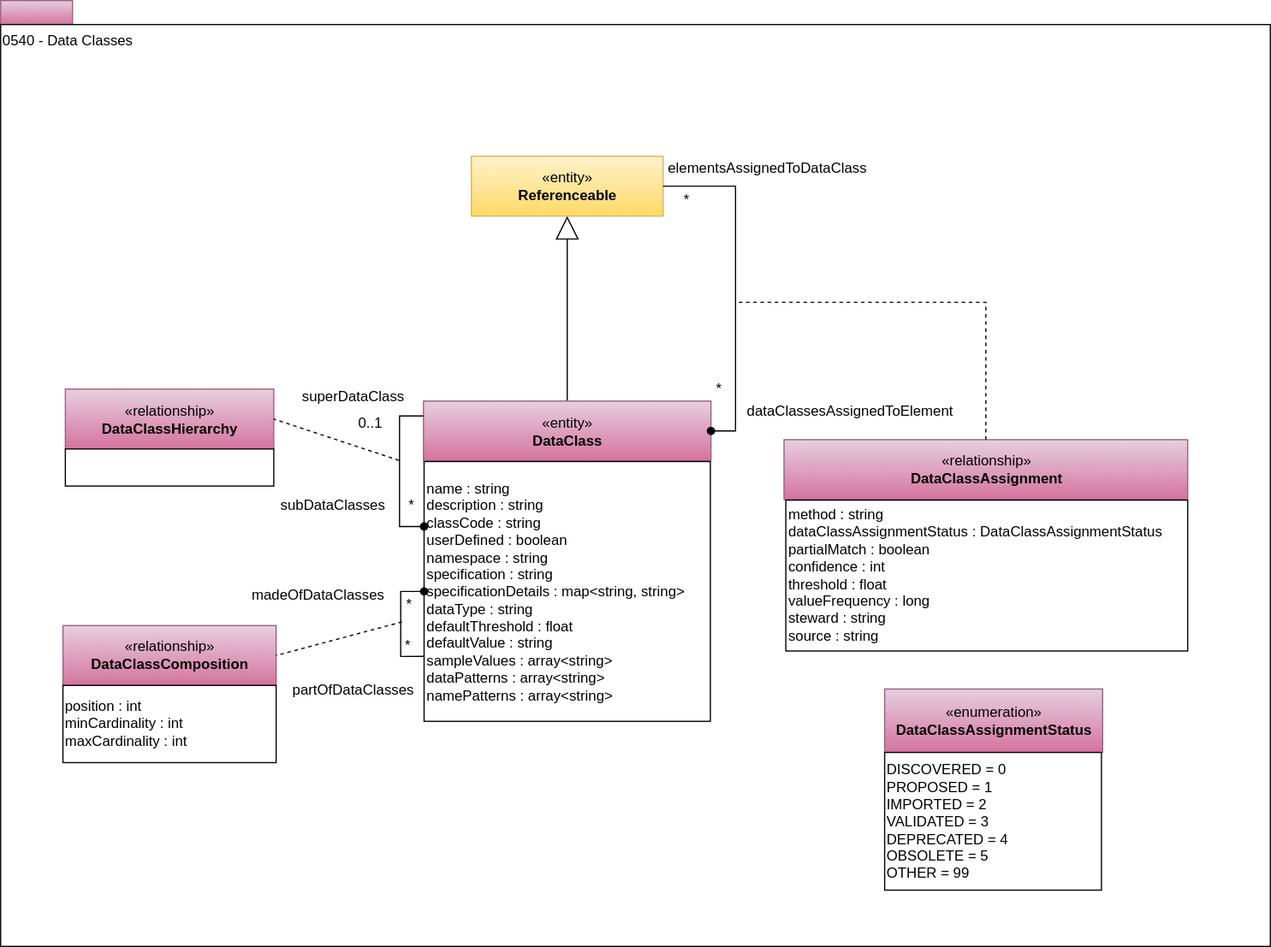
This is site/docs/types/5/0540-Data-Classes.svg from odpi/egeria-docs, a draw.io export, as it was before one commit. Source tidied: cells renumbered, new cells last; positions are measured from the earlier drawing's top-left corner, leaving out a move shared by most shapes.
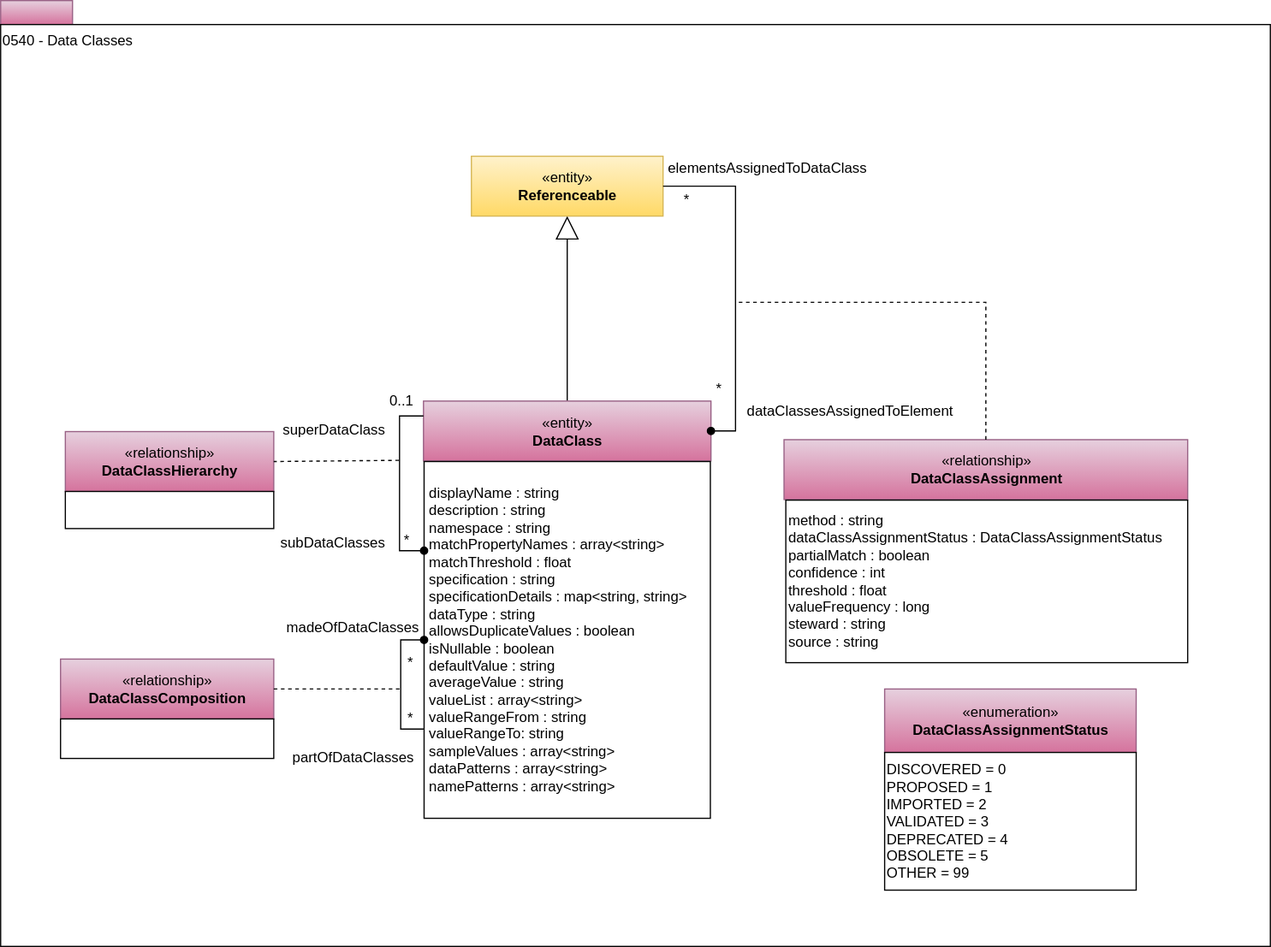
Above is the later version.

Commit message:
Update data design types

What changed in the source:
```diff
@@ -14,14 +14,14 @@
     <mxCell id="5" value="«entity»&lt;br&gt;&lt;b&gt;DataClass&lt;/b&gt;" style="html=1;strokeColor=#996185;align=center;fillColor=#e6d0de;gradientColor=#d5739d;" parent="1" vertex="1">
       <mxGeometry x="353" y="334.5" width="240" height="50" as="geometry" />
     </mxCell>
-    <mxCell id="6" value="&lt;span&gt;name : string&lt;/span&gt;&lt;br&gt;&lt;span&gt;description : string&lt;/span&gt;&lt;br&gt;&lt;span&gt;classCode : string&lt;/span&gt;&lt;br&gt;&lt;span&gt;userDefined : boolean&lt;/span&gt;&lt;br&gt;&lt;span&gt;namespace : string&lt;/span&gt;&lt;br&gt;&lt;span&gt;specification : string&lt;/span&gt;&lt;br&gt;&lt;span&gt;specificationDetails : map&amp;lt;string, string&amp;gt;&lt;/span&gt;&lt;div&gt;&lt;span&gt;dataType : string&lt;/span&gt;&lt;/div&gt;&lt;div&gt;&lt;span&gt;defaultThreshold : float&lt;/span&gt;&lt;/div&gt;&lt;div&gt;&lt;span style=&quot;background-color: transparent; color: light-dark(rgb(0, 0, 0), rgb(255, 255, 255));&quot;&gt;defaultValue : string&lt;/span&gt;&lt;br&gt;&lt;/div&gt;&lt;div&gt;sampleValues : array&amp;lt;string&amp;gt;&lt;br&gt;dataPatterns : array&amp;lt;string&amp;gt;&lt;br&gt;namePatterns : array&amp;lt;string&amp;gt;&lt;span&gt;&lt;/span&gt;&lt;/div&gt;" style="rounded=0;whiteSpace=wrap;html=1;strokeColor=#000000;gradientColor=#ffffff;align=left;" parent="1" vertex="1">
-      <mxGeometry x="353.5" y="385" width="239" height="217" as="geometry" />
+    <mxCell id="6" value="&lt;span&gt;displayName : string&lt;/span&gt;&lt;br&gt;&lt;span&gt;description : string&lt;/span&gt;&lt;br&gt;&lt;span&gt;namespace : string&lt;/span&gt;&lt;div&gt;matchPropertyNames : array&amp;lt;string&amp;gt;&lt;/div&gt;&lt;div&gt;&lt;div&gt;matchThreshold : float&lt;/div&gt;&lt;div&gt;&lt;/div&gt;&lt;span&gt;specification : string&lt;/span&gt;&lt;br&gt;&lt;span&gt;specificationDetails : map&amp;lt;string, string&amp;gt;&lt;/span&gt;&lt;div&gt;&lt;span&gt;dataType : string&lt;/span&gt;&lt;/div&gt;&lt;div&gt;&lt;span style=&quot;background-color: transparent; color: light-dark(rgb(0, 0, 0), rgb(255, 255, 255));&quot;&gt;allowsDuplicateValues : boolean&lt;/span&gt;&lt;/div&gt;&lt;div&gt;&lt;span style=&quot;background-color: transparent; color: light-dark(rgb(0, 0, 0), rgb(255, 255, 255));&quot;&gt;isNullable : boolean&lt;/span&gt;&lt;/div&gt;&lt;div&gt;&lt;div&gt;&lt;/div&gt;&lt;/div&gt;&lt;div&gt;&lt;span style=&quot;background-color: transparent; color: light-dark(rgb(0, 0, 0), rgb(255, 255, 255));&quot;&gt;defaultValue : string&lt;/span&gt;&lt;br&gt;&lt;/div&gt;&lt;div&gt;&lt;span style=&quot;background-color: transparent; color: light-dark(rgb(0, 0, 0), rgb(255, 255, 255));&quot;&gt;averageValue : string&lt;/span&gt;&lt;/div&gt;&lt;div&gt;valueList : array&amp;lt;string&amp;gt;&lt;/div&gt;&lt;div&gt;valueRangeFrom : string&lt;/div&gt;&lt;div&gt;valueRangeTo: string&lt;/div&gt;&lt;div&gt;sampleValues : array&amp;lt;string&amp;gt;&lt;br&gt;dataPatterns : array&amp;lt;string&amp;gt;&lt;br&gt;namePatterns : array&amp;lt;string&amp;gt;&lt;span&gt;&lt;/span&gt;&lt;/div&gt;&lt;/div&gt;" style="rounded=0;whiteSpace=wrap;html=1;strokeColor=#000000;gradientColor=#ffffff;align=left;spacingLeft=2;" parent="1" vertex="1">
+      <mxGeometry x="353.5" y="385" width="239" height="298" as="geometry" />
     </mxCell>
     <mxCell id="7" value="«entity»&lt;br&gt;&lt;b&gt;Referenceable&lt;/b&gt;" style="html=1;strokeColor=#d6b656;align=center;fillColor=#fff2cc;gradientColor=#ffd966;" parent="1" vertex="1">
       <mxGeometry x="393" y="130" width="160" height="50" as="geometry" />
     </mxCell>
     <mxCell id="8" value="«relationship»&lt;br&gt;&lt;b&gt;DataClassHierarchy&lt;/b&gt;" style="html=1;strokeColor=#996185;align=center;fillColor=#e6d0de;gradientColor=#d5739d;" parent="1" vertex="1">
-      <mxGeometry x="54" y="324.5" width="174" height="50" as="geometry" />
+      <mxGeometry x="54" y="360" width="174" height="50" as="geometry" />
     </mxCell>
     <mxCell id="9" style="endArrow=none;dashed=1;html=1;entryX=1;entryY=0.5;" parent="1" edge="1" target="8">
       <mxGeometry relative="1" as="geometry">
@@ -29,7 +29,7 @@
       </mxGeometry>
     </mxCell>
     <mxCell id="10" style="rounded=0;whiteSpace=wrap;html=1;strokeColor=#000000;gradientColor=#ffffff;align=center;" parent="1" vertex="1">
-      <mxGeometry x="54" y="374.5" width="174" height="31" as="geometry" />
+      <mxGeometry x="54" y="410" width="174" height="31" as="geometry" />
     </mxCell>
     <mxCell id="11" value="*" style="text;html=1;strokeColor=none;fillColor=none;align=center;verticalAlign=middle;whiteSpace=wrap;rounded=0;" parent="1" vertex="1">
       <mxGeometry x="553" y="156.5" width="40" height="20" as="geometry" />
@@ -44,16 +44,16 @@
       <mxGeometry x="648" y="333" width="123" height="20" as="geometry" />
     </mxCell>
     <mxCell id="15" value="«enumeration»&lt;br&gt;&lt;b&gt;DataClassAssignmentStatus&lt;/b&gt;" style="html=1;strokeColor=#996185;align=center;fillColor=#e6d0de;gradientColor=#d5739d;" parent="1" vertex="1">
-      <mxGeometry x="738" y="575" width="182" height="53" as="geometry" />
+      <mxGeometry x="738" y="575" width="210" height="53" as="geometry" />
     </mxCell>
     <mxCell id="16" value="DISCOVERED = 0&lt;br&gt;PROPOSED = 1&lt;br&gt;IMPORTED = 2&lt;br&gt;VALIDATED = 3&lt;br&gt;DEPRECATED = 4&lt;br&gt;OBSOLETE = 5&lt;br&gt;OTHER = 99&lt;br&gt;" style="rounded=0;whiteSpace=wrap;html=1;strokeColor=#000000;gradientColor=#ffffff;align=left;" parent="1" vertex="1">
-      <mxGeometry x="738" y="628" width="181" height="115" as="geometry" />
+      <mxGeometry x="738" y="628" width="210" height="115" as="geometry" />
     </mxCell>
     <mxCell id="17" value="«relationship»&lt;br&gt;&lt;b&gt;DataClassAssignment&lt;/b&gt;" style="html=1;strokeColor=#996185;align=center;fillColor=#e6d0de;gradientColor=#d5739d;" parent="1" vertex="1">
       <mxGeometry x="654" y="366.8" width="337" height="50" as="geometry" />
     </mxCell>
     <mxCell id="18" value="&lt;span&gt;method : string&lt;/span&gt;&lt;br&gt;&lt;span&gt;dataClassAssignmentStatus : DataClassAssignmentStatus&lt;/span&gt;&lt;br&gt;&lt;span&gt;partialMatch : boolean&lt;/span&gt;&lt;br&gt;&lt;span&gt;confidence : int&lt;/span&gt;&lt;br&gt;&lt;span&gt;threshold : float&lt;/span&gt;&lt;br&gt;&lt;span&gt;valueFrequency : long&lt;/span&gt;&lt;br&gt;&lt;span&gt;steward : string&lt;/span&gt;&lt;br&gt;&lt;span&gt;source : string&lt;/span&gt;" style="rounded=0;whiteSpace=wrap;html=1;strokeColor=#000000;gradientColor=#ffffff;align=left;" parent="1" vertex="1">
-      <mxGeometry x="655.5" y="417.2" width="335.5" height="126" as="geometry" />
+      <mxGeometry x="655.5" y="417.2" width="335.5" height="135.8" as="geometry" />
     </mxCell>
     <mxCell id="19" style="endArrow=none;dashed=1;html=1;exitX=0.5;exitY=0;exitDx=0;exitDy=0;rounded=0;edgeStyle=orthogonalEdgeStyle;" parent="1" edge="1" source="17">
       <mxGeometry relative="1" as="geometry">
@@ -64,39 +64,39 @@
       </mxGeometry>
     </mxCell>
     <mxCell id="20" value="«relationship»&lt;br&gt;&lt;b&gt;DataClassComposition&lt;/b&gt;" style="html=1;strokeColor=#996185;align=center;fillColor=#e6d0de;gradientColor=#d5739d;" parent="1" vertex="1">
-      <mxGeometry x="52" y="522" width="178" height="50" as="geometry" />
+      <mxGeometry x="50" y="550" width="178" height="50" as="geometry" />
     </mxCell>
     <mxCell id="21" style="endArrow=none;dashed=1;html=1;entryX=1;entryY=0.5;" parent="1" edge="1" target="20">
       <mxGeometry relative="1" as="geometry">
-        <mxPoint x="335" y="519" as="sourcePoint" />
+        <mxPoint x="333" y="575" as="sourcePoint" />
       </mxGeometry>
     </mxCell>
-    <mxCell id="22" value="position : int&lt;br&gt;minCardinality : int&lt;br&gt;maxCardinality : int" style="rounded=0;whiteSpace=wrap;html=1;strokeColor=#000000;gradientColor=#ffffff;align=left;" parent="1" vertex="1">
-      <mxGeometry x="52" y="572" width="178" height="64.5" as="geometry" />
+    <mxCell id="22" style="rounded=0;whiteSpace=wrap;html=1;strokeColor=#000000;gradientColor=#ffffff;align=left;" parent="1" vertex="1">
+      <mxGeometry x="50" y="600" width="178" height="33" as="geometry" />
     </mxCell>
     <mxCell id="23" value="superDataClass" style="text;html=1;align=left;verticalAlign=top;spacingTop=-4;" parent="1" vertex="1">
-      <mxGeometry x="249.5" y="320.5" width="95" height="14" as="geometry" />
+      <mxGeometry x="234" y="349" width="95" height="14" as="geometry" />
     </mxCell>
     <mxCell id="24" value="0..1" style="text;html=1;align=left;verticalAlign=top;spacingTop=-4;" parent="1" vertex="1">
-      <mxGeometry x="297" y="342.5" width="30" height="14" as="geometry" />
+      <mxGeometry x="323" y="325" width="30" height="14" as="geometry" />
     </mxCell>
     <mxCell id="25" value="*" style="text;html=1;align=left;verticalAlign=top;spacingTop=-4;" parent="1" vertex="1">
-      <mxGeometry x="338.5" y="412" width="15" height="14" as="geometry" />
+      <mxGeometry x="335" y="441" width="15" height="14" as="geometry" />
     </mxCell>
     <mxCell id="26" value="subDataClasses" style="text;html=1;align=left;verticalAlign=top;spacingTop=-4;" parent="1" vertex="1">
-      <mxGeometry x="232" y="412" width="97" height="14" as="geometry" />
+      <mxGeometry x="232" y="443" width="97" height="14" as="geometry" />
     </mxCell>
     <mxCell id="27" value="*" style="text;html=1;align=left;verticalAlign=top;spacingTop=-4;" parent="1" vertex="1">
-      <mxGeometry x="336.5" y="494.5" width="15" height="14" as="geometry" />
+      <mxGeometry x="338" y="590" width="15" height="14" as="geometry" />
     </mxCell>
     <mxCell id="28" value="*" style="text;html=1;align=left;verticalAlign=top;spacingTop=-4;" parent="1" vertex="1">
-      <mxGeometry x="336" y="529.2" width="15" height="14" as="geometry" />
+      <mxGeometry x="338" y="543.2" width="15" height="14" as="geometry" />
     </mxCell>
     <mxCell id="29" value="madeOfDataClasses" style="text;html=1;align=left;verticalAlign=top;spacingTop=-4;" parent="1" vertex="1">
-      <mxGeometry x="208" y="486.5" width="121" height="14" as="geometry" />
+      <mxGeometry x="236.5" y="514" width="121" height="14" as="geometry" />
     </mxCell>
     <mxCell id="30" value="partOfDataClasses" style="text;html=1;align=left;verticalAlign=top;spacingTop=-4;" parent="1" vertex="1">
-      <mxGeometry x="242" y="566" width="111" height="14" as="geometry" />
+      <mxGeometry x="241.5" y="622.5" width="111" height="14" as="geometry" />
     </mxCell>
     <mxCell id="31" style="edgeStyle=orthogonalEdgeStyle;rounded=0;jettySize=auto;html=1;exitX=0;exitY=0.25;exitDx=0;exitDy=0;entryX=0;entryY=0.25;entryDx=0;entryDy=0;endArrow=oval;endFill=1;" parent="1" edge="1" source="5" target="6">
       <mxGeometry relative="1" as="geometry" />
@@ -104,8 +104,8 @@
     <mxCell id="32" style="edgeStyle=orthogonalEdgeStyle;rounded=0;orthogonalLoop=1;jettySize=auto;html=1;exitX=0;exitY=0.5;exitDx=0;exitDy=0;entryX=0;entryY=0.75;entryDx=0;entryDy=0;endArrow=none;endFill=0;startArrow=oval;startFill=1;" parent="1" edge="1" source="6" target="6">
       <mxGeometry relative="1" as="geometry">
         <Array as="points">
-          <mxPoint x="334" y="494" />
-          <mxPoint x="334" y="548" />
+          <mxPoint x="334" y="534" />
+          <mxPoint x="334" y="609" />
         </Array>
       </mxGeometry>
     </mxCell>
```
